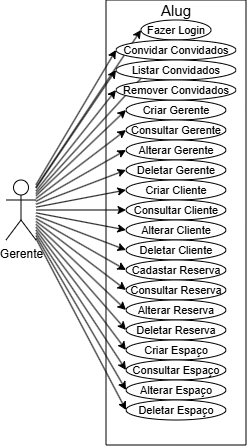
This is Docs/Casos de Uso/casosdeusoGerente.drawio.png from ArtKingOfNothing/Alug, a draw.io export, as it was before one commit. Source tidied: cells renumbered, new cells last; positions are measured from the earlier drawing's top-left corner, leaving out a move shared by most shapes. The source it was exported from:
```xml
<mxGraphModel>
  <root>
    <mxCell id="0" />
    <mxCell id="1" parent="0" />
    <mxCell id="2" style="rounded=0;jettySize=auto;html=1;entryX=0.5;entryY=1;entryDx=0;entryDy=0;" parent="1" edge="1" source="20" target="21">
      <mxGeometry relative="1" as="geometry" />
    </mxCell>
    <mxCell id="3" style="rounded=0;jettySize=auto;html=1;entryX=0;entryY=0.5;entryDx=0;entryDy=0;" parent="1" edge="1" source="20" target="22">
      <mxGeometry relative="1" as="geometry" />
    </mxCell>
    <mxCell id="4" style="rounded=0;jettySize=auto;html=1;entryX=0;entryY=0.5;entryDx=0;entryDy=0;" parent="1" edge="1" source="20" target="23">
      <mxGeometry relative="1" as="geometry" />
    </mxCell>
    <mxCell id="5" style="rounded=0;jettySize=auto;html=1;entryX=0;entryY=0.5;entryDx=0;entryDy=0;" parent="1" edge="1" source="20" target="24">
      <mxGeometry relative="1" as="geometry" />
    </mxCell>
    <mxCell id="6" style="rounded=0;jettySize=auto;html=1;entryX=0;entryY=0.5;entryDx=0;entryDy=0;" parent="1" edge="1" source="20" target="25">
      <mxGeometry relative="1" as="geometry" />
    </mxCell>
    <mxCell id="7" style="rounded=0;jettySize=auto;html=1;entryX=0;entryY=0.5;entryDx=0;entryDy=0;" parent="1" edge="1" source="20" target="38">
      <mxGeometry relative="1" as="geometry" />
    </mxCell>
    <mxCell id="8" style="rounded=0;jettySize=auto;html=1;entryX=0;entryY=0.5;entryDx=0;entryDy=0;" parent="1" edge="1" source="20" target="39">
      <mxGeometry relative="1" as="geometry" />
    </mxCell>
    <mxCell id="9" style="rounded=0;jettySize=auto;html=1;entryX=0;entryY=0.5;entryDx=0;entryDy=0;" parent="1" edge="1" source="20" target="40">
      <mxGeometry relative="1" as="geometry" />
    </mxCell>
    <mxCell id="10" style="rounded=0;jettySize=auto;html=1;entryX=0;entryY=0.5;entryDx=0;entryDy=0;" parent="1" edge="1" source="20" target="26">
      <mxGeometry relative="1" as="geometry" />
    </mxCell>
    <mxCell id="11" style="rounded=0;jettySize=auto;html=1;entryX=0;entryY=0.5;entryDx=0;entryDy=0;" parent="1" edge="1" source="20" target="27">
      <mxGeometry relative="1" as="geometry" />
    </mxCell>
    <mxCell id="12" style="rounded=0;jettySize=auto;html=1;entryX=0;entryY=0.5;entryDx=0;entryDy=0;" parent="1" edge="1" source="20" target="28">
      <mxGeometry relative="1" as="geometry" />
    </mxCell>
    <mxCell id="13" style="rounded=0;jettySize=auto;html=1;entryX=0;entryY=0.5;entryDx=0;entryDy=0;" parent="1" edge="1" source="20" target="29">
      <mxGeometry relative="1" as="geometry" />
    </mxCell>
    <mxCell id="14" style="rounded=0;jettySize=auto;html=1;entryX=0;entryY=0.5;entryDx=0;entryDy=0;" parent="1" edge="1" source="20" target="30">
      <mxGeometry relative="1" as="geometry" />
    </mxCell>
    <mxCell id="15" style="rounded=0;jettySize=auto;html=1;entryX=0;entryY=0.5;entryDx=0;entryDy=0;" parent="1" edge="1" source="20" target="31">
      <mxGeometry relative="1" as="geometry" />
    </mxCell>
    <mxCell id="16" style="rounded=0;jettySize=auto;html=1;entryX=0;entryY=0.5;entryDx=0;entryDy=0;" parent="1" edge="1" source="20" target="32">
      <mxGeometry relative="1" as="geometry" />
    </mxCell>
    <mxCell id="17" style="rounded=0;jettySize=auto;html=1;entryX=0;entryY=0.5;entryDx=0;entryDy=0;" parent="1" edge="1" source="20" target="33">
      <mxGeometry relative="1" as="geometry" />
    </mxCell>
    <mxCell id="18" style="rounded=0;jettySize=auto;html=1;entryX=0;entryY=0.5;entryDx=0;entryDy=0;" parent="1" edge="1" source="20" target="34">
      <mxGeometry relative="1" as="geometry" />
    </mxCell>
    <mxCell id="19" style="rounded=0;jettySize=auto;html=1;entryX=0;entryY=0.5;entryDx=0;entryDy=0;" parent="1" edge="1" source="20" target="21">
      <mxGeometry relative="1" as="geometry" />
    </mxCell>
    <mxCell id="20" value="&lt;font style=&quot;color: light-dark(rgb(0, 0, 0), rgb(255, 255, 255));&quot;&gt;Gerente&lt;/font&gt;&lt;div&gt;&lt;br&gt;&lt;/div&gt;" style="shape=umlActor;verticalLabelPosition=bottom;verticalAlign=top;html=1;outlineConnect=0;" parent="1" vertex="1">
      <mxGeometry y="180" width="30" height="60" as="geometry" />
    </mxCell>
    <mxCell id="21" value="Fazer Login" style="ellipse;whiteSpace=wrap;html=1;fontSize=11;strokeColor=light-dark(#000000,#FFF4C3);fillColor=light-dark(#FFFFFF,#0E2787);" parent="1" vertex="1">
      <mxGeometry x="135" y="20" width="70" height="20" as="geometry" />
    </mxCell>
    <mxCell id="22" value="Criar Gerente" style="ellipse;whiteSpace=wrap;html=1;fontSize=11;fillColor=light-dark(#FFFFFF,#0A6907);" parent="1" vertex="1">
      <mxGeometry x="120" y="100" width="100" height="20" as="geometry" />
    </mxCell>
    <mxCell id="23" value="Consultar Gerente" style="ellipse;whiteSpace=wrap;html=1;fontSize=11;fillColor=light-dark(#FFFFFF,#0A6907);" parent="1" vertex="1">
      <mxGeometry x="120" y="120" width="100" height="20" as="geometry" />
    </mxCell>
    <mxCell id="24" value="Alterar Gerente" style="ellipse;whiteSpace=wrap;html=1;fontSize=11;fillColor=light-dark(#FFFFFF,#0A6907);" parent="1" vertex="1">
      <mxGeometry x="120" y="140" width="100" height="20" as="geometry" />
    </mxCell>
    <mxCell id="25" value="Deletar Gerente" style="ellipse;whiteSpace=wrap;html=1;fontSize=11;fillColor=light-dark(#FFFFFF,#0A6907);" parent="1" vertex="1">
      <mxGeometry x="120" y="160" width="100" height="20" as="geometry" />
    </mxCell>
    <mxCell id="26" value="Criar Cliente" style="ellipse;whiteSpace=wrap;html=1;fontSize=11;fillColor=light-dark(#FFFFFF,#FF491C);" parent="1" vertex="1">
      <mxGeometry x="120" y="180" width="100" height="20" as="geometry" />
    </mxCell>
    <mxCell id="27" value="Consultar Cliente" style="ellipse;whiteSpace=wrap;html=1;fontSize=11;fillColor=light-dark(#FFFFFF,#FF491C);" parent="1" vertex="1">
      <mxGeometry x="120" y="200" width="100" height="20" as="geometry" />
    </mxCell>
    <mxCell id="28" value="Alterar Cliente" style="ellipse;whiteSpace=wrap;html=1;fontSize=11;fillColor=light-dark(#FFFFFF,#FF491C);" parent="1" vertex="1">
      <mxGeometry x="120" y="220" width="100" height="20" as="geometry" />
    </mxCell>
    <mxCell id="29" value="Deletar Cliente" style="ellipse;whiteSpace=wrap;html=1;fontSize=11;fillColor=light-dark(#FFFFFF,#FF491C);" parent="1" vertex="1">
      <mxGeometry x="120" y="240" width="100" height="20" as="geometry" />
    </mxCell>
    <mxCell id="30" value="Cadastar Reserva" style="ellipse;whiteSpace=wrap;html=1;fontSize=11;fillColor=light-dark(#FFFFFF,#CC00CC);" parent="1" vertex="1">
      <mxGeometry x="120" y="260" width="100" height="20" as="geometry" />
    </mxCell>
    <mxCell id="31" value="Consultar Reserva" style="ellipse;whiteSpace=wrap;html=1;fontSize=11;fillColor=light-dark(#FFFFFF,#CC00CC);" parent="1" vertex="1">
      <mxGeometry x="120" y="280" width="100" height="20" as="geometry" />
    </mxCell>
    <mxCell id="32" value="Alterar Reserva" style="ellipse;whiteSpace=wrap;html=1;fontSize=11;fillColor=light-dark(#FFFFFF,#CC00CC);" parent="1" vertex="1">
      <mxGeometry x="120" y="300" width="100" height="20" as="geometry" />
    </mxCell>
    <mxCell id="33" value="Deletar Reserva" style="ellipse;whiteSpace=wrap;html=1;fontSize=11;fillColor=light-dark(#FFFFFF,#CC00CC);" parent="1" vertex="1">
      <mxGeometry x="120" y="320" width="100" height="20" as="geometry" />
    </mxCell>
    <mxCell id="34" value="Criar Espaço" style="ellipse;whiteSpace=wrap;html=1;fontSize=11;fillColor=light-dark(#FFFFFF,#663300);" parent="1" vertex="1">
      <mxGeometry x="120" y="340" width="100" height="20" as="geometry" />
    </mxCell>
    <mxCell id="35" value="Consultar Espaço" style="ellipse;whiteSpace=wrap;html=1;fontSize=11;fillColor=light-dark(#FFFFFF,#663300);" parent="1" vertex="1">
      <mxGeometry x="120" y="360" width="100" height="20" as="geometry" />
    </mxCell>
    <mxCell id="36" value="Alterar Espaço" style="ellipse;whiteSpace=wrap;html=1;fontSize=11;fillColor=light-dark(#FFFFFF,#663300);" parent="1" vertex="1">
      <mxGeometry x="120" y="380" width="100" height="20" as="geometry" />
    </mxCell>
    <mxCell id="37" value="Deletar Espaço" style="ellipse;whiteSpace=wrap;html=1;fontSize=11;fillColor=light-dark(#FFFFFF,#663300);" parent="1" vertex="1">
      <mxGeometry x="120" y="400" width="100" height="20" as="geometry" />
    </mxCell>
    <mxCell id="38" value="Convidar Convidados" style="ellipse;whiteSpace=wrap;html=1;fontSize=11;fillColor=light-dark(#FFFFFF,#FF0000);" parent="1" vertex="1">
      <mxGeometry x="110" y="40" width="120" height="20" as="geometry" />
    </mxCell>
    <mxCell id="39" value="Listar Convidados" style="ellipse;whiteSpace=wrap;html=1;fontSize=11;fillColor=light-dark(#FFFFFF,#FF0000);" parent="1" vertex="1">
      <mxGeometry x="110" y="60" width="120" height="20" as="geometry" />
    </mxCell>
    <mxCell id="40" value="Remover Convidados" style="ellipse;whiteSpace=wrap;html=1;fontSize=11;fillColor=light-dark(#FFFFFF,#FF0000);" parent="1" vertex="1">
      <mxGeometry x="110" y="80" width="120" height="20" as="geometry" />
    </mxCell>
    <mxCell id="41" style="swimlane;startSize=0;fillColor=light-dark(#FFFFFF,#C6B2FF);" parent="1" vertex="1">
      <mxGeometry x="100" width="140" height="445" as="geometry" />
    </mxCell>
    <mxCell id="42" value="&lt;font style=&quot;color: light-dark(rgb(0, 0, 0), rgb(0, 0, 0));&quot;&gt;Alug&lt;/font&gt;" style="text;html=1;whiteSpace=wrap;strokeColor=none;fillColor=none;align=center;verticalAlign=middle;rounded=0;strokeWidth=20;fontSize=15;" parent="41" vertex="1">
      <mxGeometry x="40" width="60" height="20" as="geometry" />
    </mxCell>
    <mxCell id="43" style="rounded=0;jettySize=auto;html=1;entryX=0;entryY=0.5;entryDx=0;entryDy=0;" parent="1" edge="1" source="20" target="35">
      <mxGeometry relative="1" as="geometry" />
    </mxCell>
    <mxCell id="44" style="rounded=0;jettySize=auto;html=1;entryX=0;entryY=0.5;entryDx=0;entryDy=0;" parent="1" edge="1" source="20" target="36">
      <mxGeometry relative="1" as="geometry" />
    </mxCell>
    <mxCell id="45" style="rounded=0;jettySize=auto;html=1;entryX=0;entryY=0.5;entryDx=0;entryDy=0;" parent="1" edge="1" source="20" target="37">
      <mxGeometry relative="1" as="geometry" />
    </mxCell>
  </root>
</mxGraphModel>
```
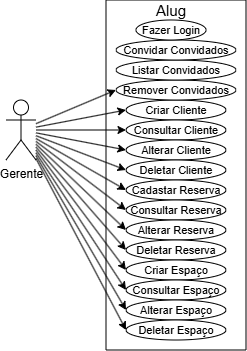
The same diagram one commit later.

Diff of the diagram source:
```diff
@@ -2,30 +2,6 @@
   <root>
     <mxCell id="0" />
     <mxCell id="1" parent="0" />
-    <mxCell id="2" style="rounded=0;jettySize=auto;html=1;entryX=0.5;entryY=1;entryDx=0;entryDy=0;" parent="1" edge="1" source="20" target="21">
-      <mxGeometry relative="1" as="geometry" />
-    </mxCell>
-    <mxCell id="3" style="rounded=0;jettySize=auto;html=1;entryX=0;entryY=0.5;entryDx=0;entryDy=0;" parent="1" edge="1" source="20" target="22">
-      <mxGeometry relative="1" as="geometry" />
-    </mxCell>
-    <mxCell id="4" style="rounded=0;jettySize=auto;html=1;entryX=0;entryY=0.5;entryDx=0;entryDy=0;" parent="1" edge="1" source="20" target="23">
-      <mxGeometry relative="1" as="geometry" />
-    </mxCell>
-    <mxCell id="5" style="rounded=0;jettySize=auto;html=1;entryX=0;entryY=0.5;entryDx=0;entryDy=0;" parent="1" edge="1" source="20" target="24">
-      <mxGeometry relative="1" as="geometry" />
-    </mxCell>
-    <mxCell id="6" style="rounded=0;jettySize=auto;html=1;entryX=0;entryY=0.5;entryDx=0;entryDy=0;" parent="1" edge="1" source="20" target="25">
-      <mxGeometry relative="1" as="geometry" />
-    </mxCell>
-    <mxCell id="7" style="rounded=0;jettySize=auto;html=1;entryX=0;entryY=0.5;entryDx=0;entryDy=0;" parent="1" edge="1" source="20" target="38">
-      <mxGeometry relative="1" as="geometry" />
-    </mxCell>
-    <mxCell id="8" style="rounded=0;jettySize=auto;html=1;entryX=0;entryY=0.5;entryDx=0;entryDy=0;" parent="1" edge="1" source="20" target="39">
-      <mxGeometry relative="1" as="geometry" />
-    </mxCell>
-    <mxCell id="9" style="rounded=0;jettySize=auto;html=1;entryX=0;entryY=0.5;entryDx=0;entryDy=0;" parent="1" edge="1" source="20" target="40">
-      <mxGeometry relative="1" as="geometry" />
-    </mxCell>
     <mxCell id="10" style="rounded=0;jettySize=auto;html=1;entryX=0;entryY=0.5;entryDx=0;entryDy=0;" parent="1" edge="1" source="20" target="26">
       <mxGeometry relative="1" as="geometry" />
     </mxCell>
@@ -53,27 +29,9 @@
     <mxCell id="18" style="rounded=0;jettySize=auto;html=1;entryX=0;entryY=0.5;entryDx=0;entryDy=0;" parent="1" edge="1" source="20" target="34">
       <mxGeometry relative="1" as="geometry" />
     </mxCell>
-    <mxCell id="19" style="rounded=0;jettySize=auto;html=1;entryX=0;entryY=0.5;entryDx=0;entryDy=0;" parent="1" edge="1" source="20" target="21">
-      <mxGeometry relative="1" as="geometry" />
-    </mxCell>
     <mxCell id="20" value="&lt;font style=&quot;color: light-dark(rgb(0, 0, 0), rgb(255, 255, 255));&quot;&gt;Gerente&lt;/font&gt;&lt;div&gt;&lt;br&gt;&lt;/div&gt;" style="shape=umlActor;verticalLabelPosition=bottom;verticalAlign=top;html=1;outlineConnect=0;" parent="1" vertex="1">
       <mxGeometry y="180" width="30" height="60" as="geometry" />
     </mxCell>
-    <mxCell id="21" value="Fazer Login" style="ellipse;whiteSpace=wrap;html=1;fontSize=11;strokeColor=light-dark(#000000,#FFF4C3);fillColor=light-dark(#FFFFFF,#0E2787);" parent="1" vertex="1">
-      <mxGeometry x="135" y="20" width="70" height="20" as="geometry" />
-    </mxCell>
-    <mxCell id="22" value="Criar Gerente" style="ellipse;whiteSpace=wrap;html=1;fontSize=11;fillColor=light-dark(#FFFFFF,#0A6907);" parent="1" vertex="1">
-      <mxGeometry x="120" y="100" width="100" height="20" as="geometry" />
-    </mxCell>
-    <mxCell id="23" value="Consultar Gerente" style="ellipse;whiteSpace=wrap;html=1;fontSize=11;fillColor=light-dark(#FFFFFF,#0A6907);" parent="1" vertex="1">
-      <mxGeometry x="120" y="120" width="100" height="20" as="geometry" />
-    </mxCell>
-    <mxCell id="24" value="Alterar Gerente" style="ellipse;whiteSpace=wrap;html=1;fontSize=11;fillColor=light-dark(#FFFFFF,#0A6907);" parent="1" vertex="1">
-      <mxGeometry x="120" y="140" width="100" height="20" as="geometry" />
-    </mxCell>
-    <mxCell id="25" value="Deletar Gerente" style="ellipse;whiteSpace=wrap;html=1;fontSize=11;fillColor=light-dark(#FFFFFF,#0A6907);" parent="1" vertex="1">
-      <mxGeometry x="120" y="160" width="100" height="20" as="geometry" />
-    </mxCell>
     <mxCell id="26" value="Criar Cliente" style="ellipse;whiteSpace=wrap;html=1;fontSize=11;fillColor=light-dark(#FFFFFF,#FF491C);" parent="1" vertex="1">
       <mxGeometry x="120" y="180" width="100" height="20" as="geometry" />
     </mxCell>
@@ -110,21 +68,9 @@
     <mxCell id="37" value="Deletar Espaço" style="ellipse;whiteSpace=wrap;html=1;fontSize=11;fillColor=light-dark(#FFFFFF,#663300);" parent="1" vertex="1">
       <mxGeometry x="120" y="400" width="100" height="20" as="geometry" />
     </mxCell>
-    <mxCell id="38" value="Convidar Convidados" style="ellipse;whiteSpace=wrap;html=1;fontSize=11;fillColor=light-dark(#FFFFFF,#FF0000);" parent="1" vertex="1">
-      <mxGeometry x="110" y="40" width="120" height="20" as="geometry" />
-    </mxCell>
-    <mxCell id="39" value="Listar Convidados" style="ellipse;whiteSpace=wrap;html=1;fontSize=11;fillColor=light-dark(#FFFFFF,#FF0000);" parent="1" vertex="1">
-      <mxGeometry x="110" y="60" width="120" height="20" as="geometry" />
-    </mxCell>
-    <mxCell id="40" value="Remover Convidados" style="ellipse;whiteSpace=wrap;html=1;fontSize=11;fillColor=light-dark(#FFFFFF,#FF0000);" parent="1" vertex="1">
-      <mxGeometry x="110" y="80" width="120" height="20" as="geometry" />
-    </mxCell>
     <mxCell id="41" style="swimlane;startSize=0;fillColor=light-dark(#FFFFFF,#C6B2FF);" parent="1" vertex="1">
-      <mxGeometry x="100" width="140" height="445" as="geometry" />
+      <mxGeometry x="100" y="80" width="140" height="350" as="geometry" />
     </mxCell>
-    <mxCell id="42" value="&lt;font style=&quot;color: light-dark(rgb(0, 0, 0), rgb(0, 0, 0));&quot;&gt;Alug&lt;/font&gt;" style="text;html=1;whiteSpace=wrap;strokeColor=none;fillColor=none;align=center;verticalAlign=middle;rounded=0;strokeWidth=20;fontSize=15;" parent="41" vertex="1">
-      <mxGeometry x="40" width="60" height="20" as="geometry" />
-    </mxCell>
     <mxCell id="43" style="rounded=0;jettySize=auto;html=1;entryX=0;entryY=0.5;entryDx=0;entryDy=0;" parent="1" edge="1" source="20" target="35">
       <mxGeometry relative="1" as="geometry" />
     </mxCell>
@@ -134,5 +80,23 @@
     <mxCell id="45" style="rounded=0;jettySize=auto;html=1;entryX=0;entryY=0.5;entryDx=0;entryDy=0;" parent="1" edge="1" source="20" target="37">
       <mxGeometry relative="1" as="geometry" />
     </mxCell>
+    <mxCell id="9" style="rounded=0;jettySize=auto;html=1;entryX=0;entryY=0.5;entryDx=0;entryDy=0;" parent="1" edge="1" source="20" target="40">
+      <mxGeometry relative="1" as="geometry" />
+    </mxCell>
+    <mxCell id="40" value="Remover Convidados" style="ellipse;whiteSpace=wrap;html=1;fontSize=11;fillColor=light-dark(#FFFFFF,#FF0000);" parent="1" vertex="1">
+      <mxGeometry x="110" y="160" width="120" height="20" as="geometry" />
+    </mxCell>
+    <mxCell id="39" value="Listar Convidados" style="ellipse;whiteSpace=wrap;html=1;fontSize=11;fillColor=light-dark(#FFFFFF,#FF0000);" parent="1" vertex="1">
+      <mxGeometry x="110" y="140" width="120" height="20" as="geometry" />
+    </mxCell>
+    <mxCell id="38" value="Convidar Convidados" style="ellipse;whiteSpace=wrap;html=1;fontSize=11;fillColor=light-dark(#FFFFFF,#FF0000);" parent="1" vertex="1">
+      <mxGeometry x="110" y="120" width="120" height="20" as="geometry" />
+    </mxCell>
+    <mxCell id="21" value="Fazer Login" style="ellipse;whiteSpace=wrap;html=1;fontSize=11;strokeColor=light-dark(#000000,#FFF4C3);fillColor=light-dark(#FFFFFF,#0E2787);" parent="1" vertex="1">
+      <mxGeometry x="130" y="100" width="70" height="20" as="geometry" />
+    </mxCell>
+    <mxCell id="42" value="&lt;font style=&quot;color: light-dark(rgb(0, 0, 0), rgb(0, 0, 0));&quot;&gt;Alug&lt;/font&gt;" style="text;html=1;whiteSpace=wrap;strokeColor=none;fillColor=none;align=center;verticalAlign=middle;rounded=0;strokeWidth=20;fontSize=15;" parent="1" vertex="1">
+      <mxGeometry x="135" y="80" width="60" height="20" as="geometry" />
+    </mxCell>
   </root>
 </mxGraphModel>
```
